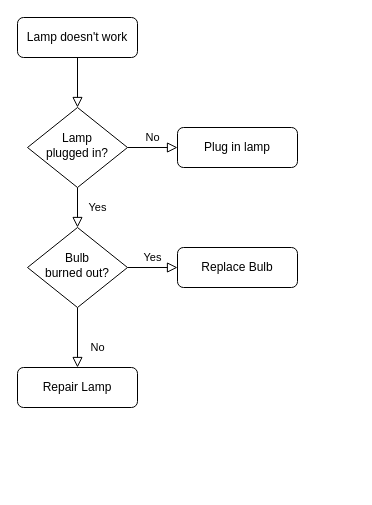
Above: 월패드 다이어그램.drawio in soijeongg/diagram (draw.io), before the change. Source tidied: cells renumbered, new cells numbered last; positions are measured from the earlier drawing's top-left corner, leaving out a move shared by most shapes. Both pictures are drawn from the tidied source at 100%, with x=0, y=0 at pixel (17, 17).
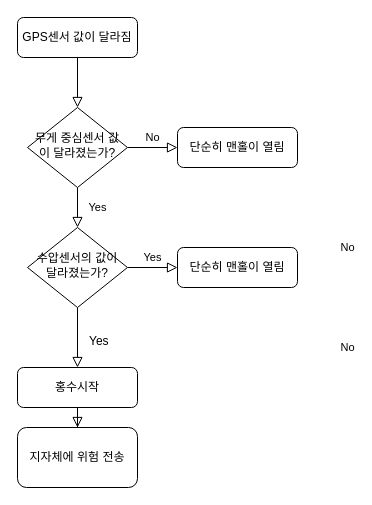
The same diagram, later.

Commit message:
맨홀 홍수버전

The edit, as a diff of the source:
```diff
@@
 <mxGraphModel>
   <root>
     <mxCell id="0" />
     <mxCell id="1" parent="0" />
     <mxCell id="2" style="rounded=0;html=1;jettySize=auto;fontSize=11;endArrow=block;endFill=0;endSize=8;strokeWidth=1;shadow=0;labelBackgroundColor=none;edgeStyle=orthogonalEdgeStyle;" parent="1" edge="1" source="3" target="6">
       <mxGeometry relative="1" as="geometry" />
     </mxCell>
-    <mxCell id="3" value="Lamp doesn't work" style="rounded=1;whiteSpace=wrap;html=1;fontSize=12;glass=0;strokeWidth=1;shadow=0;" parent="1" vertex="1">
+    <mxCell id="3" value="GPS센서 값이 달라짐" style="rounded=1;whiteSpace=wrap;html=1;fontSize=12;glass=0;strokeWidth=1;shadow=0;" parent="1" vertex="1">
       <mxGeometry width="120" height="40" as="geometry" />
     </mxCell>
     <mxCell id="4" value="Yes" style="rounded=0;html=1;jettySize=auto;fontSize=11;endArrow=block;endFill=0;endSize=8;strokeWidth=1;shadow=0;labelBackgroundColor=none;edgeStyle=orthogonalEdgeStyle;" parent="1" edge="1" source="6" target="10">
       <mxGeometry y="20" relative="1" as="geometry" />
     </mxCell>
     <mxCell id="5" value="No" style="edgeStyle=orthogonalEdgeStyle;rounded=0;html=1;jettySize=auto;fontSize=11;endArrow=block;endFill=0;endSize=8;strokeWidth=1;shadow=0;labelBackgroundColor=none;" parent="1" edge="1" source="6" target="7">
       <mxGeometry y="10" relative="1" as="geometry" />
     </mxCell>
-    <mxCell id="6" value="Lamp&lt;br&gt;plugged in?" style="rhombus;whiteSpace=wrap;html=1;shadow=0;fontFamily=Helvetica;fontSize=12;align=center;strokeWidth=1;spacing=6;spacingTop=-4;" parent="1" vertex="1">
+    <mxCell id="6" value="무게 중심센서 값이 달라졌는가?" style="rhombus;whiteSpace=wrap;html=1;shadow=0;fontFamily=Helvetica;fontSize=12;align=center;strokeWidth=1;spacing=6;spacingTop=-4;" parent="1" vertex="1">
       <mxGeometry x="10" y="90" width="100" height="80" as="geometry" />
     </mxCell>
-    <mxCell id="7" value="Plug in lamp" style="rounded=1;whiteSpace=wrap;html=1;fontSize=12;glass=0;strokeWidth=1;shadow=0;" parent="1" vertex="1">
+    <mxCell id="7" value="단순히 맨홀이 열림" style="rounded=1;whiteSpace=wrap;html=1;fontSize=12;glass=0;strokeWidth=1;shadow=0;" parent="1" vertex="1">
       <mxGeometry x="160" y="110" width="120" height="40" as="geometry" />
     </mxCell>
     <mxCell id="8" value="No" style="rounded=0;html=1;jettySize=auto;fontSize=11;endArrow=block;endFill=0;endSize=8;strokeWidth=1;shadow=0;labelBackgroundColor=none;edgeStyle=orthogonalEdgeStyle;" parent="1" edge="1" source="10" target="11">
-      <mxGeometry x="0.33" y="20" relative="1" as="geometry" />
+      <mxGeometry x="-1" y="277" relative="1" as="geometry">
+        <mxPoint x="-7" y="-60" as="offset" />
+      </mxGeometry>
     </mxCell>
     <mxCell id="9" value="Yes" style="edgeStyle=orthogonalEdgeStyle;rounded=0;html=1;jettySize=auto;fontSize=11;endArrow=block;endFill=0;endSize=8;strokeWidth=1;shadow=0;labelBackgroundColor=none;" parent="1" edge="1" source="10" target="12">
       <mxGeometry y="10" relative="1" as="geometry" />
     </mxCell>
-    <mxCell id="10" value="Bulb&lt;br&gt;burned out?" style="rhombus;whiteSpace=wrap;html=1;shadow=0;fontFamily=Helvetica;fontSize=12;align=center;strokeWidth=1;spacing=6;spacingTop=-4;" parent="1" vertex="1">
+    <mxCell id="10" value="수압센서의 값이 달라졌는가?" style="rhombus;whiteSpace=wrap;html=1;shadow=0;fontFamily=Helvetica;fontSize=12;align=center;strokeWidth=1;spacing=6;spacingTop=-4;" parent="1" vertex="1">
       <mxGeometry x="10" y="210" width="100" height="80" as="geometry" />
     </mxCell>
-    <mxCell id="11" value="Repair Lamp" style="rounded=1;whiteSpace=wrap;html=1;fontSize=12;glass=0;strokeWidth=1;shadow=0;" parent="1" vertex="1">
+    <mxCell id="11" value="홍수시작" style="rounded=1;whiteSpace=wrap;html=1;fontSize=12;glass=0;strokeWidth=1;shadow=0;" parent="1" vertex="1">
       <mxGeometry y="350" width="120" height="40" as="geometry" />
     </mxCell>
-    <mxCell id="12" value="Replace Bulb" style="rounded=1;whiteSpace=wrap;html=1;fontSize=12;glass=0;strokeWidth=1;shadow=0;" parent="1" vertex="1">
+    <mxCell id="12" value="단순히 맨홀이 열림" style="rounded=1;whiteSpace=wrap;html=1;fontSize=12;glass=0;strokeWidth=1;shadow=0;" parent="1" vertex="1">
       <mxGeometry x="160" y="230" width="120" height="40" as="geometry" />
     </mxCell>
+    <mxCell id="13" value="Yes" style="text;whiteSpace=wrap;html=1;" parent="1" vertex="1">
+      <mxGeometry x="70" y="310" width="50" height="40" as="geometry" />
+    </mxCell>
+    <mxCell id="14" value="No" style="rounded=0;html=1;jettySize=auto;fontSize=11;endArrow=block;endFill=0;endSize=8;strokeWidth=1;shadow=0;labelBackgroundColor=none;edgeStyle=orthogonalEdgeStyle;exitX=0.5;exitY=1;exitDx=0;exitDy=0;" parent="1" edge="1" source="11" target="15">
+      <mxGeometry x="-1" y="277" relative="1" as="geometry">
+        <mxPoint x="-7" y="-60" as="offset" />
+      </mxGeometry>
+    </mxCell>
+    <mxCell id="15" value="지자체에 위험 전송" style="rounded=1;whiteSpace=wrap;html=1;" parent="1" vertex="1">
+      <mxGeometry y="410" width="120" height="60" as="geometry" />
+    </mxCell>
   </root>
 </mxGraphModel>
```
